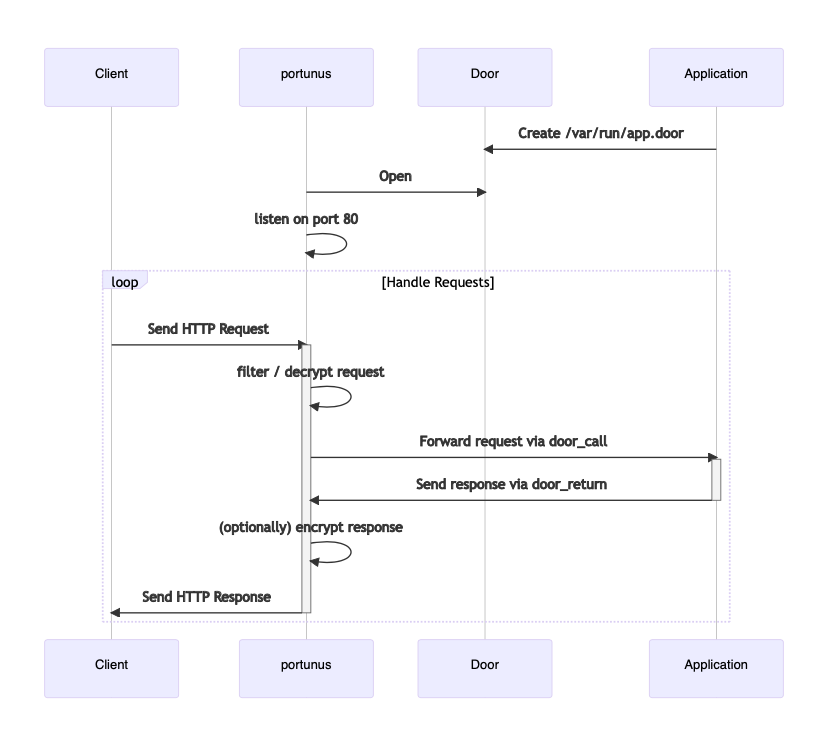
robertdfrench/portunusd keeps this Mermaid diagram as etc/diagrams/startup-and-request-handling.png. Above is the earlier version. Its source is kept beside it as etc/diagrams/startup-and-request-handling.mmd. Its diagram source:
```mermaid

sequenceDiagram
    participant Client
    participant portunus
    participant Door
    participant Application
    Application->>Door: Create /var/run/app.door
    portunus->>Door: Open
    portunus->>portunus: listen on port 80
    loop Handle Requests
        Client->>+portunus: Send HTTP Request
        portunus->>portunus: filter / decrypt request
        portunus->>+Application: Forward request via door_call
        Application->>-portunus: Send response via door_return
        portunus->>portunus: (optionally) encrypt response
        portunus->>-Client: Send HTTP Response
    end
```
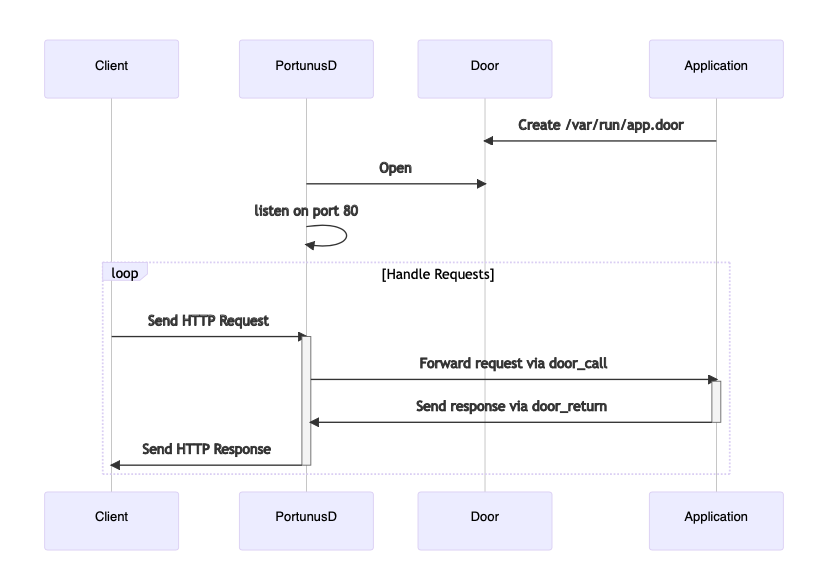
After the commit.

Diff of the diagram source:
```diff
@@ -1,17 +1,15 @@
 
 sequenceDiagram
     participant Client
-    participant portunus
+    participant PortunusD
     participant Door
     participant Application
     Application->>Door: Create /var/run/app.door
-    portunus->>Door: Open
-    portunus->>portunus: listen on port 80
+    PortunusD->>Door: Open
+    PortunusD->>PortunusD: listen on port 80
     loop Handle Requests
-        Client->>+portunus: Send HTTP Request
-        portunus->>portunus: filter / decrypt request
-        portunus->>+Application: Forward request via door_call
-        Application->>-portunus: Send response via door_return
-        portunus->>portunus: (optionally) encrypt response
-        portunus->>-Client: Send HTTP Response
+        Client->>+PortunusD: Send HTTP Request
+        PortunusD->>+Application: Forward request via door_call
+        Application->>-PortunusD: Send response via door_return
+        PortunusD->>-Client: Send HTTP Response
     end
```
